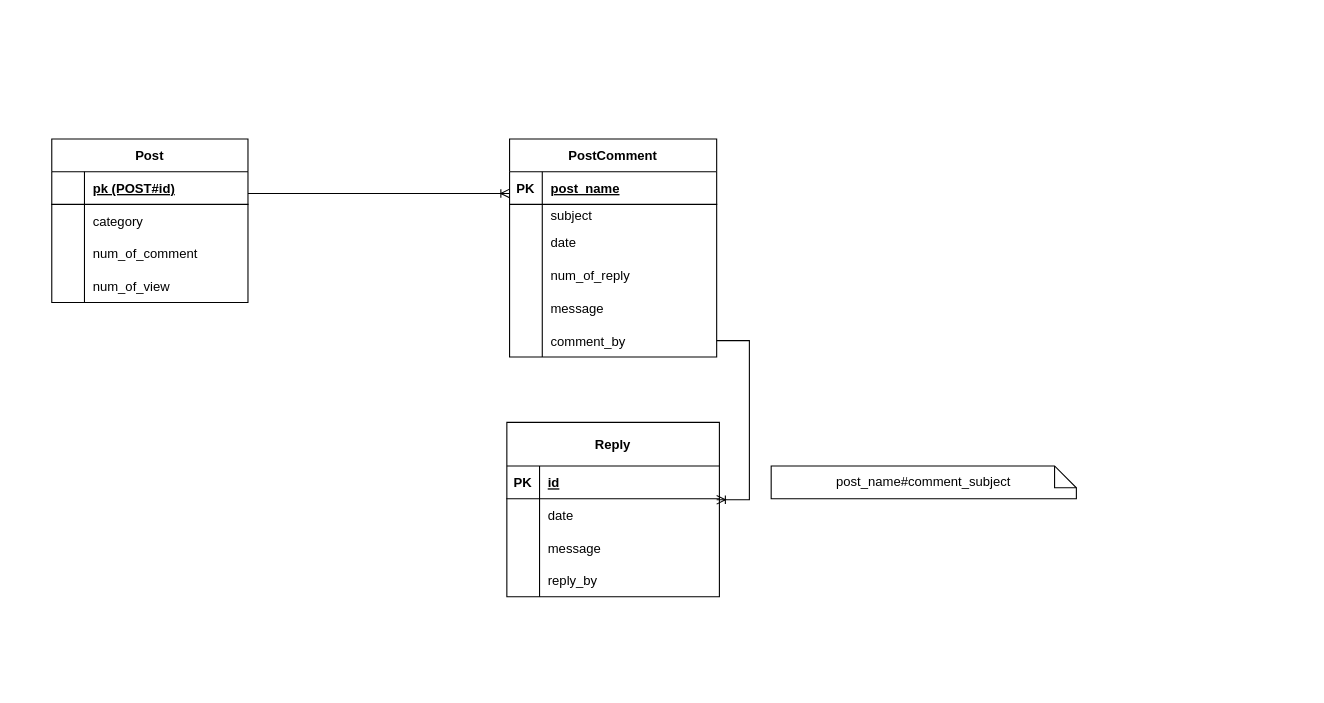
The draw.io diagram learning/1.drawio in semika/design-diagram, before the edit. Source tidied: cells renumbered, new cells numbered last; positions are measured from the earlier drawing's top-left corner, leaving out a move shared by most shapes. Both pictures are drawn from the tidied source at 109%, with x=0, y=0 at pixel (51, 138).
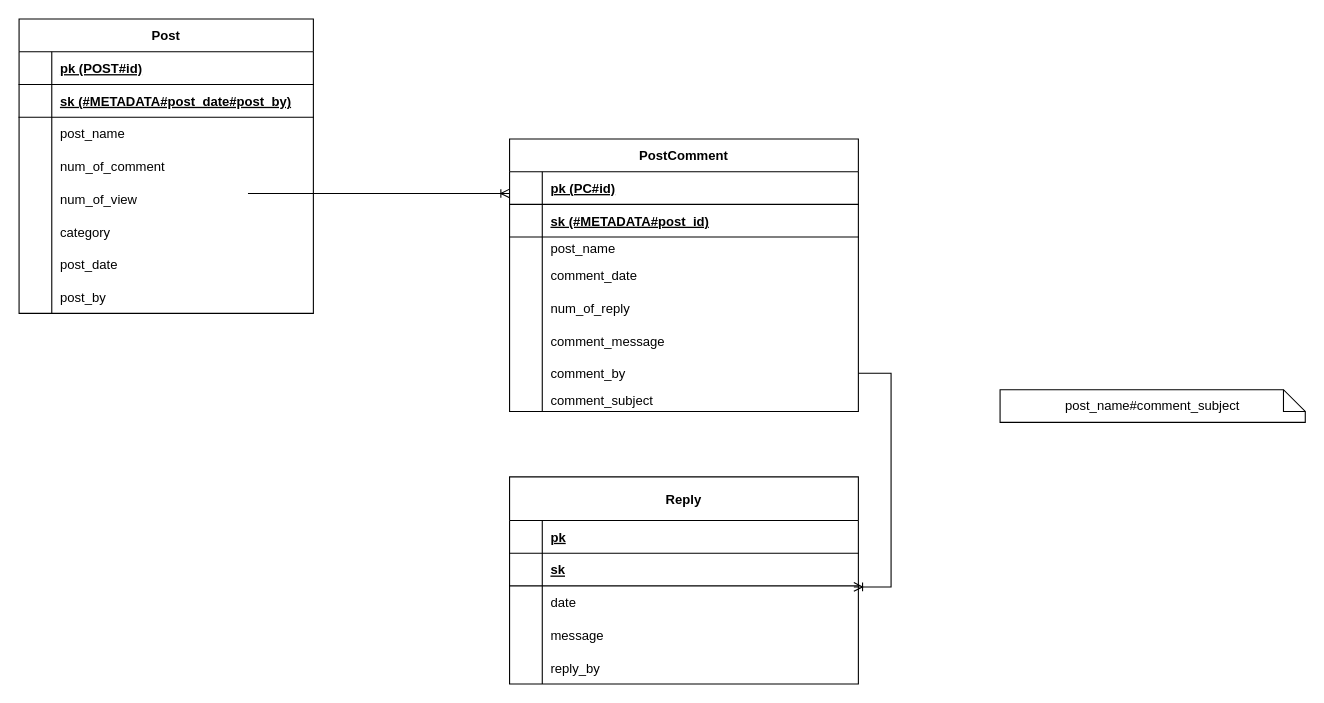
The same page after the edit.

What changed in the source:
```diff
@@
     <mxCell id="2" value="Post" style="shape=table;startSize=30;childLayout=tableLayout;rowLines=0;fontStyle=1;align=center;" parent="1" vertex="1">
-      <mxGeometry width="180" height="150" as="geometry" />
+      <mxGeometry x="-30" y="-110" width="270" height="270" as="geometry" />
     </mxCell>
     <mxCell id="3" style="shape=tableRow;horizontal=0;startSize=0;swimlaneHead=0;swimlaneBody=0;fillColor=none;top=0;left=0;right=0;bottom=1;" parent="2" vertex="1">
-      <mxGeometry y="30" width="180" height="30" as="geometry" />
+      <mxGeometry y="30" width="270" height="30" as="geometry" />
     </mxCell>
@@
     <mxCell id="5" value="pk (POST#id)" style="shape=partialRectangle;fillColor=none;top=0;left=0;bottom=0;right=0;align=left;spacingLeft=6;fontStyle=5;overflow=hidden;" parent="3" vertex="1">
-      <mxGeometry x="30" width="150" height="30" as="geometry" />
+      <mxGeometry x="30" width="240" height="30" as="geometry" />
     </mxCell>
+    <mxCell id="50" style="shape=tableRow;horizontal=0;startSize=0;swimlaneHead=0;swimlaneBody=0;fillColor=none;top=0;left=0;right=0;bottom=1;" parent="2" vertex="1">
+      <mxGeometry y="60" width="270" height="30" as="geometry" />
+    </mxCell>
+    <mxCell id="51" style="shape=partialRectangle;fillColor=none;top=0;left=0;bottom=0;right=0;fontStyle=1;overflow=hidden;" parent="50" vertex="1">
+      <mxGeometry width="30" height="30" as="geometry" />
+    </mxCell>
+    <mxCell id="52" value="sk (#METADATA#post_date#post_by)" style="shape=partialRectangle;fillColor=none;top=0;left=0;bottom=0;right=0;align=left;spacingLeft=6;fontStyle=5;overflow=hidden;" parent="50" vertex="1">
+      <mxGeometry x="30" width="240" height="30" as="geometry" />
+    </mxCell>
     <mxCell id="6" style="shape=tableRow;horizontal=0;startSize=0;swimlaneHead=0;swimlaneBody=0;fillColor=none;top=0;left=0;right=0;bottom=0;" parent="2" vertex="1">
-      <mxGeometry y="60" width="180" height="30" as="geometry" />
+      <mxGeometry y="90" width="270" height="30" as="geometry" />
     </mxCell>
@@
-    <mxCell id="8" value="category" style="shape=partialRectangle;fillColor=none;top=0;left=0;bottom=0;right=0;align=left;spacingLeft=6;overflow=hidden;" parent="6" vertex="1">
-      <mxGeometry x="30" width="150" height="30" as="geometry" />
+    <mxCell id="8" value="post_name" style="shape=partialRectangle;fillColor=none;top=0;left=0;bottom=0;right=0;align=left;spacingLeft=6;overflow=hidden;" parent="6" vertex="1">
+      <mxGeometry x="30" width="240" height="30" as="geometry" />
     </mxCell>
     <mxCell id="9" style="shape=tableRow;horizontal=0;startSize=0;swimlaneHead=0;swimlaneBody=0;fillColor=none;top=0;left=0;right=0;bottom=0;" parent="2" vertex="1">
-      <mxGeometry y="90" width="180" height="30" as="geometry" />
+      <mxGeometry y="120" width="270" height="30" as="geometry" />
     </mxCell>
@@
     <mxCell id="11" value="num_of_comment" style="shape=partialRectangle;fillColor=none;top=0;left=0;bottom=0;right=0;align=left;spacingLeft=6;overflow=hidden;" parent="9" vertex="1">
-      <mxGeometry x="30" width="150" height="30" as="geometry" />
+      <mxGeometry x="30" width="240" height="30" as="geometry" />
     </mxCell>
     <mxCell id="12" style="shape=tableRow;horizontal=0;startSize=0;swimlaneHead=0;swimlaneBody=0;fillColor=none;top=0;left=0;right=0;bottom=0;" parent="2" vertex="1">
-      <mxGeometry y="120" width="180" height="30" as="geometry" />
+      <mxGeometry y="150" width="270" height="30" as="geometry" />
     </mxCell>
@@
     <mxCell id="14" value="num_of_view" style="shape=partialRectangle;fillColor=none;top=0;left=0;bottom=0;right=0;align=left;spacingLeft=6;overflow=hidden;" parent="12" vertex="1">
-      <mxGeometry x="30" width="150" height="30" as="geometry" />
+      <mxGeometry x="30" width="240" height="30" as="geometry" />
     </mxCell>
+    <mxCell id="53" style="shape=tableRow;horizontal=0;startSize=0;swimlaneHead=0;swimlaneBody=0;fillColor=none;top=0;left=0;right=0;bottom=0;" parent="2" vertex="1">
+      <mxGeometry y="180" width="270" height="30" as="geometry" />
+    </mxCell>
+    <mxCell id="54" style="shape=partialRectangle;fillColor=none;top=0;left=0;bottom=0;right=0;overflow=hidden;" parent="53" vertex="1">
+      <mxGeometry width="30" height="30" as="geometry" />
+    </mxCell>
+    <mxCell id="55" value="category" style="shape=partialRectangle;fillColor=none;top=0;left=0;bottom=0;right=0;align=left;spacingLeft=6;overflow=hidden;" parent="53" vertex="1">
+      <mxGeometry x="30" width="240" height="30" as="geometry" />
+    </mxCell>
+    <mxCell id="56" style="shape=tableRow;horizontal=0;startSize=0;swimlaneHead=0;swimlaneBody=0;fillColor=none;top=0;left=0;right=0;bottom=0;" parent="2" vertex="1">
+      <mxGeometry y="210" width="270" height="30" as="geometry" />
+    </mxCell>
+    <mxCell id="57" style="shape=partialRectangle;fillColor=none;top=0;left=0;bottom=0;right=0;overflow=hidden;" parent="56" vertex="1">
+      <mxGeometry width="30" height="30" as="geometry" />
+    </mxCell>
+    <mxCell id="58" value="post_date" style="shape=partialRectangle;fillColor=none;top=0;left=0;bottom=0;right=0;align=left;spacingLeft=6;overflow=hidden;" parent="56" vertex="1">
+      <mxGeometry x="30" width="240" height="30" as="geometry" />
+    </mxCell>
+    <mxCell id="59" style="shape=tableRow;horizontal=0;startSize=0;swimlaneHead=0;swimlaneBody=0;fillColor=none;top=0;left=0;right=0;bottom=0;" parent="2" vertex="1">
+      <mxGeometry y="240" width="270" height="30" as="geometry" />
+    </mxCell>
+    <mxCell id="60" style="shape=partialRectangle;fillColor=none;top=0;left=0;bottom=0;right=0;overflow=hidden;" parent="59" vertex="1">
+      <mxGeometry width="30" height="30" as="geometry" />
+    </mxCell>
+    <mxCell id="61" value="post_by" style="shape=partialRectangle;fillColor=none;top=0;left=0;bottom=0;right=0;align=left;spacingLeft=6;overflow=hidden;" parent="59" vertex="1">
+      <mxGeometry x="30" width="240" height="30" as="geometry" />
+    </mxCell>
     <mxCell id="15" value="PostComment" style="shape=table;startSize=30;childLayout=tableLayout;rowLines=0;fontStyle=1;align=center;" parent="1" vertex="1">
-      <mxGeometry x="420" width="190" height="200" as="geometry" />
+      <mxGeometry x="420" width="320" height="250" as="geometry" />
     </mxCell>
     <mxCell id="16" style="shape=tableRow;horizontal=0;startSize=0;swimlaneHead=0;swimlaneBody=0;fillColor=none;points=[[0,0.5],[1,0.5]];portConstraint=eastwest;top=0;left=0;right=0;bottom=1;" parent="15" vertex="1">
-      <mxGeometry y="30" width="190" height="30" as="geometry" />
+      <mxGeometry y="30" width="320" height="30" as="geometry" />
     </mxCell>
-    <mxCell id="17" value="PK" style="shape=partialRectangle;fillColor=none;top=0;left=0;bottom=0;right=0;fontStyle=1;overflow=hidden;" parent="16" vertex="1">
+    <mxCell id="17" style="shape=partialRectangle;fillColor=none;top=0;left=0;bottom=0;right=0;fontStyle=1;overflow=hidden;" parent="16" vertex="1">
       <mxGeometry width="30" height="30" as="geometry" />
     </mxCell>
-    <mxCell id="18" value="post_name" style="shape=partialRectangle;fillColor=none;top=0;left=0;bottom=0;right=0;align=left;spacingLeft=6;fontStyle=5;overflow=hidden;" parent="16" vertex="1">
-      <mxGeometry x="30" width="160" height="30" as="geometry" />
+    <mxCell id="18" value="pk (PC#id)" style="shape=partialRectangle;fillColor=none;top=0;left=0;bottom=0;right=0;align=left;spacingLeft=6;fontStyle=5;overflow=hidden;" parent="16" vertex="1">
+      <mxGeometry x="30" width="290" height="30" as="geometry" />
     </mxCell>
+    <mxCell id="62" style="shape=tableRow;horizontal=0;startSize=0;swimlaneHead=0;swimlaneBody=0;fillColor=none;top=0;left=0;right=0;bottom=1;" parent="15" vertex="1">
+      <mxGeometry y="60" width="320" height="30" as="geometry" />
+    </mxCell>
+    <mxCell id="63" style="shape=partialRectangle;fillColor=none;top=0;left=0;bottom=0;right=0;fontStyle=1;overflow=hidden;" parent="62" vertex="1">
+      <mxGeometry width="30" height="30" as="geometry" />
+    </mxCell>
+    <mxCell id="64" value="sk (#METADATA#post_id)" style="shape=partialRectangle;fillColor=none;top=0;left=0;bottom=0;right=0;align=left;spacingLeft=6;fontStyle=5;overflow=hidden;" parent="62" vertex="1">
+      <mxGeometry x="30" width="290" height="30" as="geometry" />
+    </mxCell>
     <mxCell id="19" style="shape=tableRow;horizontal=0;startSize=0;swimlaneHead=0;swimlaneBody=0;fillColor=none;top=0;left=0;right=0;bottom=0;" parent="15" vertex="1">
-      <mxGeometry y="60" width="190" height="20" as="geometry" />
+      <mxGeometry y="90" width="320" height="20" as="geometry" />
     </mxCell>
@@
-    <mxCell id="21" value="subject" style="shape=partialRectangle;fillColor=none;top=0;left=0;bottom=0;right=0;align=left;spacingLeft=6;overflow=hidden;" parent="19" vertex="1">
-      <mxGeometry x="30" width="160" height="20" as="geometry" />
+    <mxCell id="21" value="post_name" style="shape=partialRectangle;fillColor=none;top=0;left=0;bottom=0;right=0;align=left;spacingLeft=6;overflow=hidden;" parent="19" vertex="1">
+      <mxGeometry x="30" width="290" height="20" as="geometry" />
     </mxCell>
     <mxCell id="22" style="shape=tableRow;horizontal=0;startSize=0;swimlaneHead=0;swimlaneBody=0;fillColor=none;top=0;left=0;right=0;bottom=0;" parent="15" vertex="1">
-      <mxGeometry y="80" width="190" height="30" as="geometry" />
+      <mxGeometry y="110" width="320" height="30" as="geometry" />
     </mxCell>
@@
-    <mxCell id="24" value="date" style="shape=partialRectangle;fillColor=none;top=0;left=0;bottom=0;right=0;align=left;spacingLeft=6;overflow=hidden;" parent="22" vertex="1">
-      <mxGeometry x="30" width="160" height="30" as="geometry" />
+    <mxCell id="24" value="comment_date" style="shape=partialRectangle;fillColor=none;top=0;left=0;bottom=0;right=0;align=left;spacingLeft=6;overflow=hidden;" parent="22" vertex="1">
+      <mxGeometry x="30" width="290" height="30" as="geometry" />
     </mxCell>
     <mxCell id="25" style="shape=tableRow;horizontal=0;startSize=0;swimlaneHead=0;swimlaneBody=0;fillColor=none;top=0;left=0;right=0;bottom=0;" parent="15" vertex="1">
-      <mxGeometry y="110" width="190" height="30" as="geometry" />
+      <mxGeometry y="140" width="320" height="30" as="geometry" />
     </mxCell>
@@
     <mxCell id="27" value="num_of_reply" style="shape=partialRectangle;fillColor=none;top=0;left=0;bottom=0;right=0;align=left;spacingLeft=6;overflow=hidden;" parent="25" vertex="1">
-      <mxGeometry x="30" width="160" height="30" as="geometry" />
+      <mxGeometry x="30" width="290" height="30" as="geometry" />
     </mxCell>
     <mxCell id="28" style="shape=tableRow;horizontal=0;startSize=0;swimlaneHead=0;swimlaneBody=0;fillColor=none;top=0;left=0;right=0;bottom=0;" parent="15" vertex="1">
-      <mxGeometry y="140" width="190" height="30" as="geometry" />
+      <mxGeometry y="170" width="320" height="30" as="geometry" />
     </mxCell>
@@
-    <mxCell id="30" value="message" style="shape=partialRectangle;fillColor=none;top=0;left=0;bottom=0;right=0;align=left;spacingLeft=6;overflow=hidden;" parent="28" vertex="1">
-      <mxGeometry x="30" width="160" height="30" as="geometry" />
+    <mxCell id="30" value="comment_message" style="shape=partialRectangle;fillColor=none;top=0;left=0;bottom=0;right=0;align=left;spacingLeft=6;overflow=hidden;" parent="28" vertex="1">
+      <mxGeometry x="30" width="290" height="30" as="geometry" />
     </mxCell>
     <mxCell id="31" style="shape=tableRow;horizontal=0;startSize=0;swimlaneHead=0;swimlaneBody=0;fillColor=none;points=[[0,0.5],[1,0.5]];portConstraint=eastwest;top=0;left=0;right=0;bottom=0;" parent="15" vertex="1">
-      <mxGeometry y="170" width="190" height="30" as="geometry" />
+      <mxGeometry y="200" width="320" height="30" as="geometry" />
     </mxCell>
@@
     <mxCell id="33" value="comment_by" style="shape=partialRectangle;fillColor=none;top=0;left=0;bottom=0;right=0;align=left;spacingLeft=6;overflow=hidden;" parent="31" vertex="1">
-      <mxGeometry x="30" width="160" height="30" as="geometry" />
+      <mxGeometry x="30" width="290" height="30" as="geometry" />
     </mxCell>
+    <mxCell id="65" style="shape=tableRow;horizontal=0;startSize=0;swimlaneHead=0;swimlaneBody=0;fillColor=none;top=0;left=0;right=0;bottom=0;" parent="15" vertex="1">
+      <mxGeometry y="230" width="320" height="20" as="geometry" />
+    </mxCell>
+    <mxCell id="66" style="shape=partialRectangle;fillColor=none;top=0;left=0;bottom=0;right=0;overflow=hidden;" parent="65" vertex="1">
+      <mxGeometry width="30" height="20" as="geometry" />
+    </mxCell>
+    <mxCell id="67" value="comment_subject" style="shape=partialRectangle;fillColor=none;top=0;left=0;bottom=0;right=0;align=left;spacingLeft=6;overflow=hidden;" parent="65" vertex="1">
+      <mxGeometry x="30" width="290" height="20" as="geometry" />
+    </mxCell>
     <mxCell id="34" value="Reply" style="shape=table;startSize=40;childLayout=tableLayout;rowLines=0;fontStyle=1;align=center;" parent="1" vertex="1">
-      <mxGeometry x="417.5" y="260" width="195" height="160" as="geometry" />
+      <mxGeometry x="420" y="310" width="320" height="190" as="geometry" />
     </mxCell>
     <mxCell id="35" style="shape=tableRow;horizontal=0;startSize=0;swimlaneHead=0;swimlaneBody=0;fillColor=none;top=0;left=0;right=0;bottom=1;" parent="34" vertex="1">
-      <mxGeometry y="40" width="195" height="30" as="geometry" />
+      <mxGeometry y="40" width="320" height="30" as="geometry" />
     </mxCell>
-    <mxCell id="36" value="PK" style="shape=partialRectangle;fillColor=none;top=0;left=0;bottom=0;right=0;fontStyle=1;overflow=hidden;" parent="35" vertex="1">
+    <mxCell id="36" style="shape=partialRectangle;fillColor=none;top=0;left=0;bottom=0;right=0;fontStyle=1;overflow=hidden;" parent="35" vertex="1">
       <mxGeometry width="30" height="30" as="geometry" />
     </mxCell>
-    <mxCell id="37" value="id" style="shape=partialRectangle;fillColor=none;top=0;left=0;bottom=0;right=0;align=left;spacingLeft=6;fontStyle=5;overflow=hidden;" parent="35" vertex="1">
-      <mxGeometry x="30" width="165" height="30" as="geometry" />
+    <mxCell id="37" value="pk" style="shape=partialRectangle;fillColor=none;top=0;left=0;bottom=0;right=0;align=left;spacingLeft=6;fontStyle=5;overflow=hidden;" parent="35" vertex="1">
+      <mxGeometry x="30" width="290" height="30" as="geometry" />
     </mxCell>
+    <mxCell id="68" style="shape=tableRow;horizontal=0;startSize=0;swimlaneHead=0;swimlaneBody=0;fillColor=none;top=0;left=0;right=0;bottom=1;" parent="34" vertex="1">
+      <mxGeometry y="70" width="320" height="30" as="geometry" />
+    </mxCell>
+    <mxCell id="69" style="shape=partialRectangle;fillColor=none;top=0;left=0;bottom=0;right=0;fontStyle=1;overflow=hidden;" parent="68" vertex="1">
+      <mxGeometry width="30" height="30" as="geometry" />
+    </mxCell>
+    <mxCell id="70" value="sk" style="shape=partialRectangle;fillColor=none;top=0;left=0;bottom=0;right=0;align=left;spacingLeft=6;fontStyle=5;overflow=hidden;" parent="68" vertex="1">
+      <mxGeometry x="30" width="290" height="30" as="geometry" />
+    </mxCell>
     <mxCell id="38" style="shape=tableRow;horizontal=0;startSize=0;swimlaneHead=0;swimlaneBody=0;fillColor=none;points=[[0,0.5],[1,0.5]];portConstraint=eastwest;top=0;left=0;right=0;bottom=0;" parent="34" vertex="1">
-      <mxGeometry y="70" width="195" height="30" as="geometry" />
+      <mxGeometry y="100" width="320" height="30" as="geometry" />
     </mxCell>
@@
     <mxCell id="40" value="date" style="shape=partialRectangle;fillColor=none;top=0;left=0;bottom=0;right=0;align=left;spacingLeft=6;overflow=hidden;" parent="38" vertex="1">
-      <mxGeometry x="30" width="165" height="30" as="geometry" />
+      <mxGeometry x="30" width="290" height="30" as="geometry" />
     </mxCell>
     <mxCell id="41" style="shape=tableRow;horizontal=0;startSize=0;swimlaneHead=0;swimlaneBody=0;fillColor=none;top=0;left=0;right=0;bottom=0;" parent="34" vertex="1">
-      <mxGeometry y="100" width="195" height="30" as="geometry" />
+      <mxGeometry y="130" width="320" height="30" as="geometry" />
     </mxCell>
@@
     <mxCell id="43" value="message" style="shape=partialRectangle;fillColor=none;top=0;left=0;bottom=0;right=0;align=left;spacingLeft=6;overflow=hidden;" parent="41" vertex="1">
-      <mxGeometry x="30" width="165" height="30" as="geometry" />
+      <mxGeometry x="30" width="290" height="30" as="geometry" />
     </mxCell>
     <mxCell id="44" style="shape=tableRow;horizontal=0;startSize=0;swimlaneHead=0;swimlaneBody=0;fillColor=none;top=0;left=0;right=0;bottom=0;" parent="34" vertex="1">
-      <mxGeometry y="130" width="195" height="30" as="geometry" />
+      <mxGeometry y="160" width="320" height="30" as="geometry" />
     </mxCell>
@@
     <mxCell id="46" value="reply_by" style="shape=partialRectangle;fillColor=none;top=0;left=0;bottom=0;right=0;align=left;spacingLeft=6;overflow=hidden;" parent="44" vertex="1">
-      <mxGeometry x="30" width="165" height="30" as="geometry" />
+      <mxGeometry x="30" width="290" height="30" as="geometry" />
     </mxCell>
@@
     <mxCell id="48" value="post_name#comment_subject" style="shape=note;size=20;whiteSpace=wrap;html=1;" parent="1" vertex="1">
-      <mxGeometry x="660" y="300" width="280" height="30" as="geometry" />
+      <mxGeometry x="870" y="230" width="280" height="30" as="geometry" />
     </mxCell>
```
